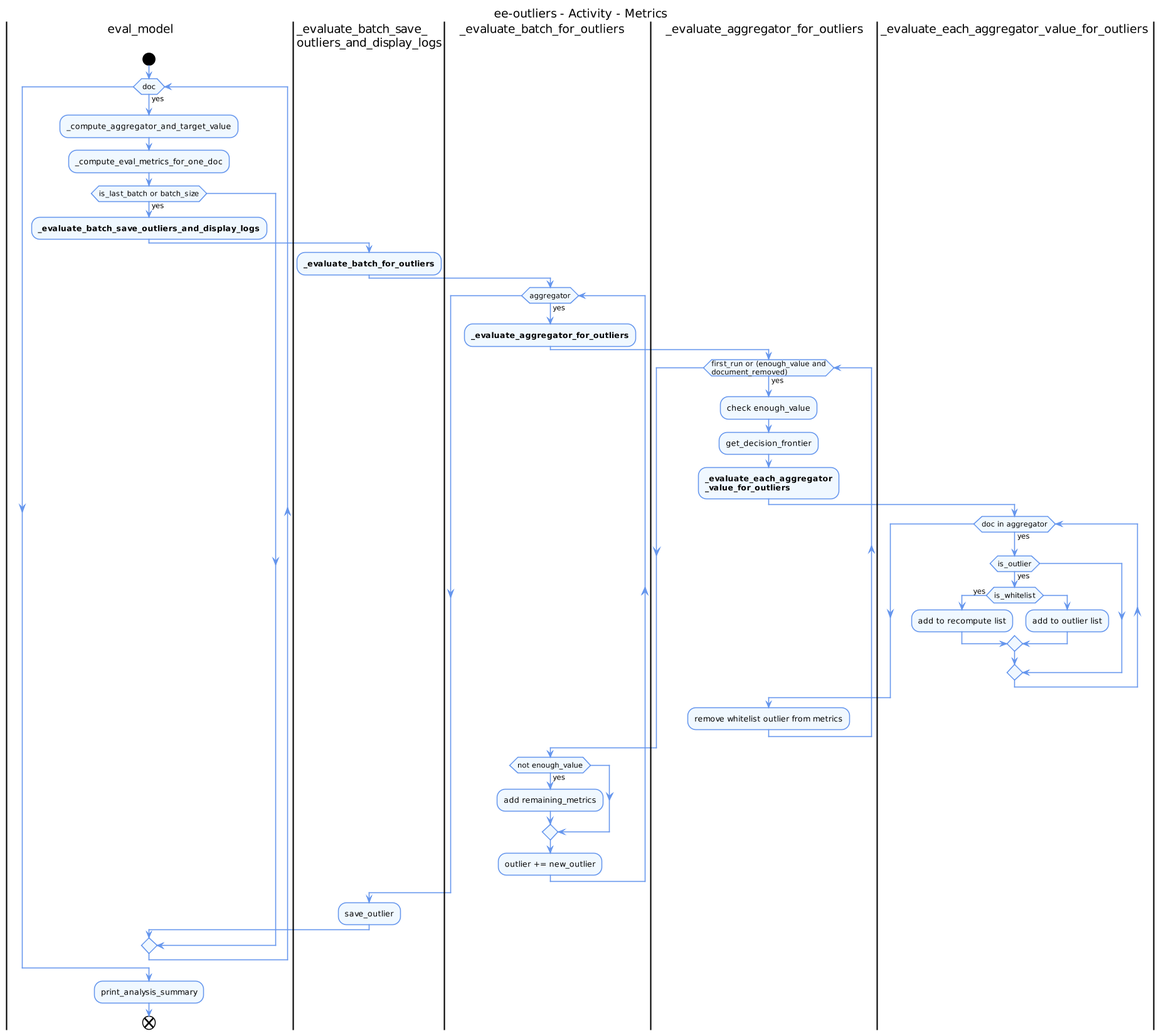
Before: documentation/UML/uml_activity_metrics.png, a diagram exported from PlantUML (NVISOsecurity/ee-outliers).
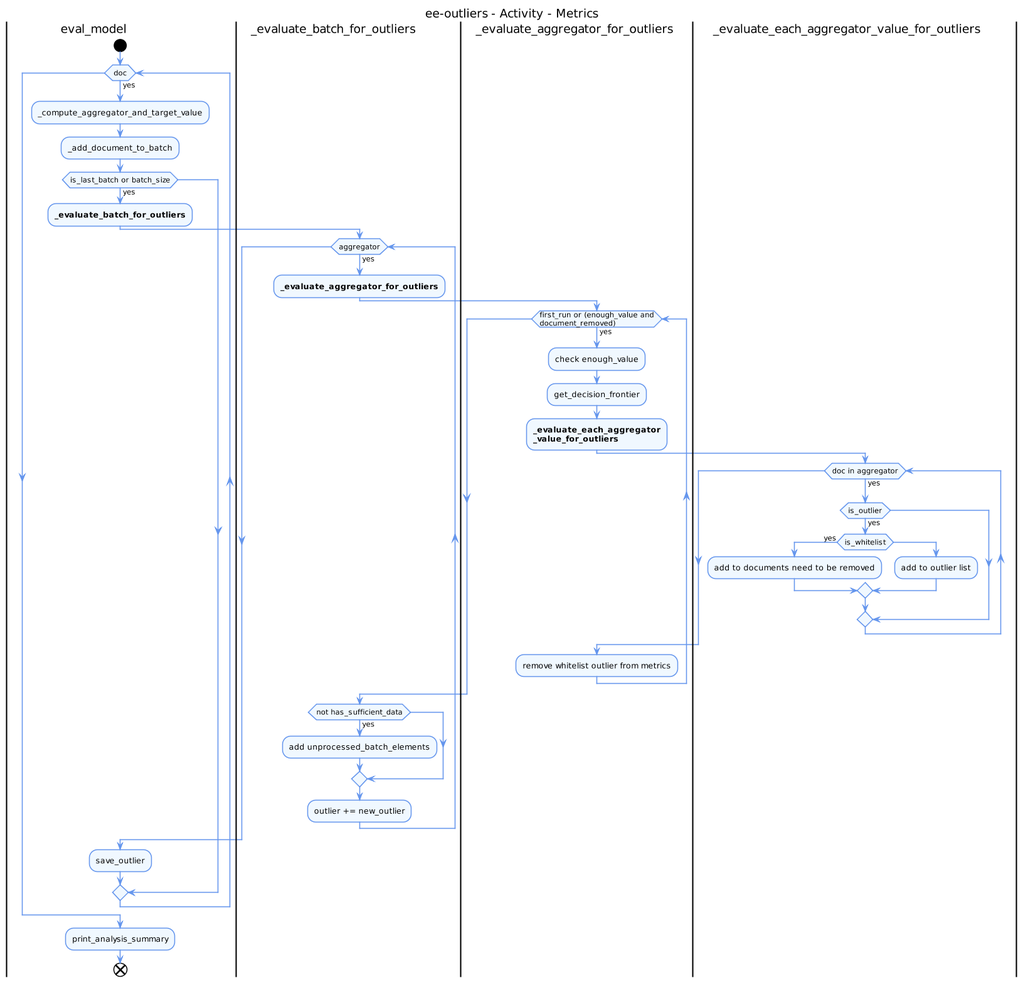
After the commit.

Commit message:
Fix method names

The edit, as a diff of the source:
```diff
@@ -39,43 +39,40 @@
     start
     while (doc) is (yes)
         :_compute_aggregator_and_target_value;
-        :_compute_eval_metrics_for_one_doc;
+        :_add_document_to_batch;
         if (is_last_batch or batch_size) then (yes)
-            :<b>_evaluate_batch_save_outliers_and_display_logs</b>;
-            |_evaluate_batch_save_\noutliers_and_display_logs|
-                :<b>_evaluate_batch_for_outliers</b>;
-                |_evaluate_batch_for_outliers|
-                    while (aggregator) is (yes)
-                        :<b>_evaluate_aggregator_for_outliers</b>;
-                        |_evaluate_aggregator_for_outliers|
-                            while (first_run or (enough_value and\ndocument_removed)) is (yes)
-                                :check enough_value;
-                                :get_decision_frontier;
-                                :<b>_evaluate_each_aggregator</b>\n<b>_value_for_outliers</b>;
-                                |_evaluate_each_aggregator_value_for_outliers|
-                                    while (doc in aggregator) is (yes)
-                                        if (is_outlier) then (yes)
-                                            if (is_whitelist) then (yes)
-                                                :add to recompute list;
-                                            else
-                                                :add to outlier list;
-                                            endif
+            :<b>_evaluate_batch_for_outliers</b>;
+            |_evaluate_batch_for_outliers|
+                while (aggregator) is (yes)
+                    :<b>_evaluate_aggregator_for_outliers</b>;
+                    |_evaluate_aggregator_for_outliers|
+                        while (first_run or (enough_value and\ndocument_removed)) is (yes)
+                            :check enough_value;
+                            :get_decision_frontier;
+                            :<b>_evaluate_each_aggregator</b>\n<b>_value_for_outliers</b>;
+                            |_evaluate_each_aggregator_value_for_outliers|
+                                while (doc in aggregator) is (yes)
+                                    if (is_outlier) then (yes)
+                                        if (is_whitelist) then (yes)
+                                            :add to documents need to be removed;
+                                        else
+                                            :add to outlier list;
                                         endif
-                                    endwhile
-                                |_evaluate_aggregator_for_outliers|
-                                :remove whitelist outlier from metrics;
-                            endwhile
-                        |_evaluate_batch_for_outliers|
-                        if (not enough_value) then (yes)
-                            :add remaining_metrics;
-                        endif
-                        :outlier += new_outlier;
-                    endwhile
-            |_evaluate_batch_save_\noutliers_and_display_logs|
+                                    endif
+                                endwhile
+                            |_evaluate_aggregator_for_outliers|
+                            :remove whitelist outlier from metrics;
+                        endwhile
+                    |_evaluate_batch_for_outliers|
+                    if (not has_sufficient_data) then (yes)
+                        :add unprocessed_batch_elements;
+                    endif
+                    :outlier += new_outlier;
+                endwhile
+            |eval_model|
                 :save_outlier;
         endif
     endwhile
-|eval_model|
     :print_analysis_summary;
 end
 @enduml
```
